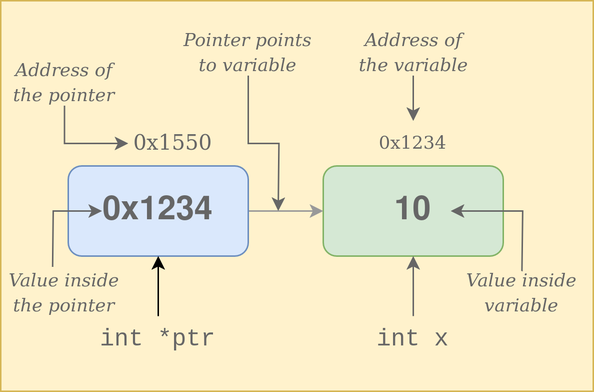
The draw.io diagram assets/img/blog/blog_8/pointer.png in sanket-pixel/sanket-pixel.github.io, before a commit. Source tidied: cells renumbered, new cells last; positions are measured from the earlier drawing's top-left corner, leaving out a move shared by most shapes. Its diagram source:
```xml
<mxGraphModel>
  <root>
    <mxCell id="0" />
    <mxCell id="1" parent="0" />
    <mxCell id="2" style="rounded=0;whiteSpace=wrap;html=1;fillColor=#fff2cc;strokeColor=#d6b656;fontColor=#666666;" parent="1" vertex="1">
      <mxGeometry width="395" height="260" as="geometry" />
    </mxCell>
    <mxCell id="3" value="&lt;font style=&quot;font-size: 22px;&quot;&gt;&lt;b&gt;10&lt;/b&gt;&lt;/font&gt;" style="rounded=1;whiteSpace=wrap;html=1;fillColor=#d5e8d4;strokeColor=#82b366;fontColor=#666666;" parent="1" vertex="1">
      <mxGeometry x="215" y="110" width="120" height="60" as="geometry" />
    </mxCell>
    <mxCell id="4" style="edgeStyle=orthogonalEdgeStyle;rounded=0;jettySize=auto;html=1;fontColor=#666666;strokeColor=#999999;" parent="1" edge="1" source="5" target="3">
      <mxGeometry relative="1" as="geometry" />
    </mxCell>
    <mxCell id="5" value="&lt;b&gt;&lt;font style=&quot;font-size: 22px;&quot;&gt;0x1234&lt;/font&gt;&lt;/b&gt;" style="rounded=1;whiteSpace=wrap;html=1;fillColor=#dae8fc;strokeColor=#6c8ebf;fontColor=#666666;" parent="1" vertex="1">
      <mxGeometry x="45" y="110" width="120" height="60" as="geometry" />
    </mxCell>
    <mxCell id="6" style="edgeStyle=orthogonalEdgeStyle;rounded=0;jettySize=auto;html=1;fontColor=#666666;" parent="1" edge="1" source="7" target="5">
      <mxGeometry relative="1" as="geometry" />
    </mxCell>
    <mxCell id="7" value="&lt;font style=&quot;font-size: 16px;&quot; face=&quot;Courier New&quot;&gt;int *ptr&lt;/font&gt;" style="text;html=1;align=center;verticalAlign=middle;whiteSpace=wrap;rounded=0;fontColor=#666666;" parent="1" vertex="1">
      <mxGeometry x="60" y="210" width="90" height="30" as="geometry" />
    </mxCell>
    <mxCell id="8" style="edgeStyle=orthogonalEdgeStyle;rounded=0;jettySize=auto;html=1;fontColor=#666666;strokeColor=#666666;" parent="1" edge="1" source="9">
      <mxGeometry relative="1" as="geometry">
        <mxPoint x="275" y="170" as="targetPoint" />
      </mxGeometry>
    </mxCell>
    <mxCell id="9" value="&lt;font style=&quot;font-size: 16px;&quot; face=&quot;Courier New&quot;&gt;int x&lt;/font&gt;" style="text;html=1;align=center;verticalAlign=middle;whiteSpace=wrap;rounded=0;fontColor=#666666;" parent="1" vertex="1">
      <mxGeometry x="230" y="210" width="90" height="30" as="geometry" />
    </mxCell>
    <mxCell id="10" value="&lt;font face=&quot;Georgia&quot; style=&quot;font-size: 14px;&quot;&gt;0x1550&lt;/font&gt;" style="text;html=1;align=center;verticalAlign=middle;whiteSpace=wrap;rounded=0;fontColor=#666666;" parent="1" vertex="1">
      <mxGeometry x="85" y="80" width="60" height="30" as="geometry" />
    </mxCell>
    <mxCell id="11" value="&lt;font face=&quot;Georgia&quot;&gt;0x1234&lt;/font&gt;" style="text;html=1;align=center;verticalAlign=middle;whiteSpace=wrap;rounded=0;fontColor=#666666;" parent="1" vertex="1">
      <mxGeometry x="245" y="80" width="60" height="30" as="geometry" />
    </mxCell>
    <mxCell id="12" style="edgeStyle=orthogonalEdgeStyle;rounded=0;jettySize=auto;html=1;entryX=0;entryY=0.5;entryDx=0;entryDy=0;fontColor=#666666;strokeColor=#666666;" parent="1" edge="1" source="13" target="10">
      <mxGeometry relative="1" as="geometry" />
    </mxCell>
    <mxCell id="13" value="&lt;i&gt;&lt;font face=&quot;Georgia&quot;&gt;Address of the pointer&lt;/font&gt;&lt;/i&gt;" style="text;html=1;align=center;verticalAlign=middle;whiteSpace=wrap;rounded=0;fontColor=#666666;" parent="1" vertex="1">
      <mxGeometry y="40" width="85" height="30" as="geometry" />
    </mxCell>
    <mxCell id="14" value="&lt;font face=&quot;Georgia&quot;&gt;&lt;i&gt;Value inside the pointer&lt;/i&gt;&lt;/font&gt;" style="text;html=1;align=center;verticalAlign=middle;whiteSpace=wrap;rounded=0;fontColor=#666666;" parent="1" vertex="1">
      <mxGeometry y="180" width="85" height="30" as="geometry" />
    </mxCell>
    <mxCell id="15" style="endArrow=classic;html=1;rounded=0;exitX=0.407;exitY=-0.095;exitDx=0;exitDy=0;exitPerimeter=0;fontColor=#666666;strokeColor=#666666;" parent="1" edge="1" source="14">
      <mxGeometry relative="1" as="geometry">
        <mxPoint x="67.5" y="140" as="targetPoint" />
        <Array as="points">
          <mxPoint x="35" y="140" />
        </Array>
      </mxGeometry>
    </mxCell>
    <mxCell id="16" style="edgeStyle=orthogonalEdgeStyle;rounded=0;jettySize=auto;html=1;fontColor=#666666;strokeColor=#666666;" parent="1" edge="1" source="17" target="11">
      <mxGeometry relative="1" as="geometry" />
    </mxCell>
    <mxCell id="17" value="&lt;font face=&quot;Georgia&quot;&gt;&lt;i&gt;Address of the variable&lt;/i&gt;&lt;/font&gt;" style="text;html=1;align=center;verticalAlign=middle;whiteSpace=wrap;rounded=0;fontColor=#666666;" parent="1" vertex="1">
      <mxGeometry x="232.5" y="20" width="85" height="30" as="geometry" />
    </mxCell>
    <mxCell id="18" value="&lt;font face=&quot;Georgia&quot;&gt;&lt;i&gt;Value inside variable&lt;/i&gt;&lt;/font&gt;" style="text;html=1;align=center;verticalAlign=middle;whiteSpace=wrap;rounded=0;fontColor=#666666;" parent="1" vertex="1">
      <mxGeometry x="305" y="180" width="85" height="30" as="geometry" />
    </mxCell>
    <mxCell id="19" style="endArrow=classic;html=1;rounded=0;exitX=0.5;exitY=0;exitDx=0;exitDy=0;fontColor=#666666;strokeColor=#666666;" parent="1" edge="1" source="18">
      <mxGeometry relative="1" as="geometry">
        <mxPoint x="300" y="140" as="targetPoint" />
        <Array as="points">
          <mxPoint x="348" y="140" />
        </Array>
      </mxGeometry>
    </mxCell>
    <mxCell id="20" style="edgeStyle=orthogonalEdgeStyle;rounded=0;jettySize=auto;html=1;fontColor=#666666;strokeColor=#666666;" parent="1" edge="1" source="21">
      <mxGeometry relative="1" as="geometry">
        <mxPoint x="185" y="140" as="targetPoint" />
      </mxGeometry>
    </mxCell>
    <mxCell id="21" value="&lt;font face=&quot;Georgia&quot;&gt;&lt;i&gt;Pointer points to variable&lt;/i&gt;&lt;/font&gt;" style="text;html=1;align=center;verticalAlign=middle;whiteSpace=wrap;rounded=0;fontColor=#666666;" parent="1" vertex="1">
      <mxGeometry x="115" y="20" width="100" height="30" as="geometry" />
    </mxCell>
  </root>
</mxGraphModel>
```
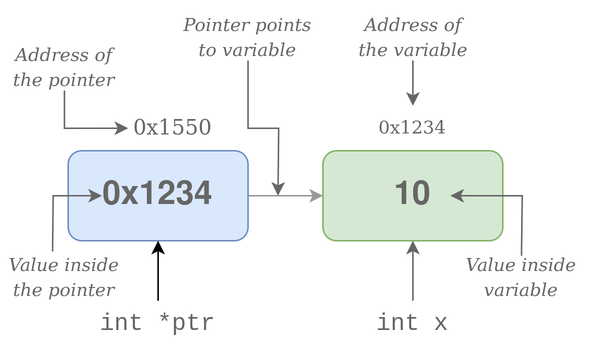
The same file after the commit.

What changed in the source:
```diff
@@ -2,8 +2,8 @@
   <root>
     <mxCell id="0" />
     <mxCell id="1" parent="0" />
-    <mxCell id="2" style="rounded=0;whiteSpace=wrap;html=1;fillColor=#fff2cc;strokeColor=#d6b656;fontColor=#666666;" parent="1" vertex="1">
-      <mxGeometry width="395" height="260" as="geometry" />
+    <mxCell id="2" style="rounded=0;whiteSpace=wrap;html=1;strokeColor=none;" parent="1" vertex="1">
+      <mxGeometry y="10" width="395" height="240" as="geometry" />
     </mxCell>
     <mxCell id="3" value="&lt;font style=&quot;font-size: 22px;&quot;&gt;&lt;b&gt;10&lt;/b&gt;&lt;/font&gt;" style="rounded=1;whiteSpace=wrap;html=1;fillColor=#d5e8d4;strokeColor=#82b366;fontColor=#666666;" parent="1" vertex="1">
       <mxGeometry x="215" y="110" width="120" height="60" as="geometry" />
@@ -60,8 +60,9 @@
     <mxCell id="18" value="&lt;font face=&quot;Georgia&quot;&gt;&lt;i&gt;Value inside variable&lt;/i&gt;&lt;/font&gt;" style="text;html=1;align=center;verticalAlign=middle;whiteSpace=wrap;rounded=0;fontColor=#666666;" parent="1" vertex="1">
       <mxGeometry x="305" y="180" width="85" height="30" as="geometry" />
     </mxCell>
-    <mxCell id="19" style="endArrow=classic;html=1;rounded=0;exitX=0.5;exitY=0;exitDx=0;exitDy=0;fontColor=#666666;strokeColor=#666666;" parent="1" edge="1" source="18">
+    <mxCell id="19" style="endArrow=classic;html=1;rounded=0;exitX=0.5;exitY=0;exitDx=0;exitDy=0;fontColor=#666666;strokeColor=#666666;" parent="1" edge="1">
       <mxGeometry relative="1" as="geometry">
+        <mxPoint x="347.5" y="180" as="sourcePoint" />
         <mxPoint x="300" y="140" as="targetPoint" />
         <Array as="points">
           <mxPoint x="348" y="140" />
```
